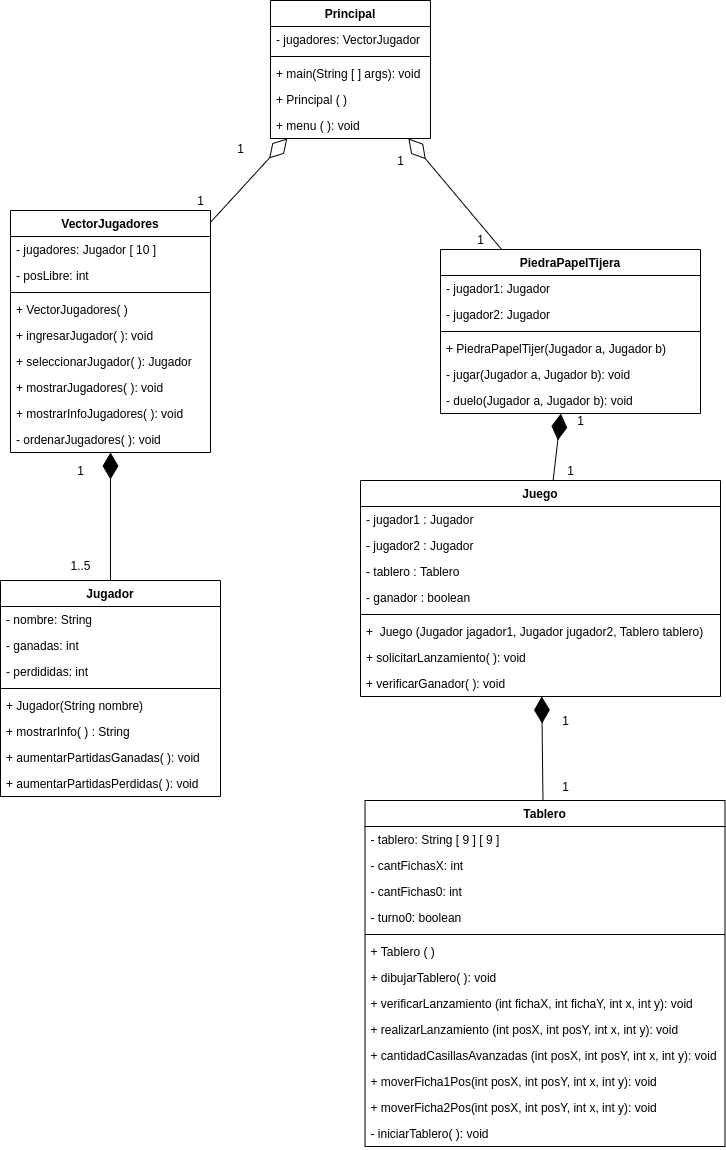
Before: Damas.png, a diagram exported from draw.io (Pabloluis10/Damas). Source tidied: cells renumbered, new cells last; positions are measured from the earlier drawing's top-left corner, leaving out a move shared by most shapes.
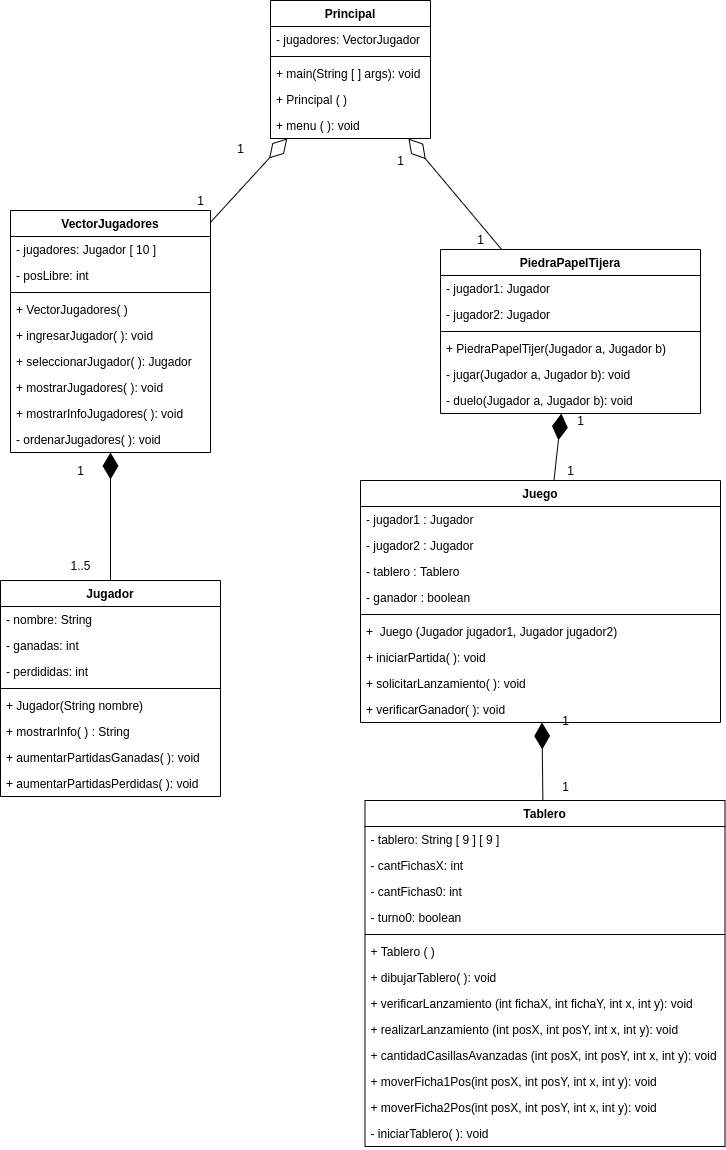
Above is the later version.

Commit message:
Agregue solicitarLanzamiento() esta incompelto aun me quede en ingresar la posicion de la celda deseada

The edit, as a diff of the source:
```diff
@@ -72,7 +72,7 @@
       <mxGeometry y="320" width="360" height="26" as="geometry" />
     </mxCell>
     <mxCell id="25" value="Juego" style="swimlane;fontStyle=1;align=center;verticalAlign=top;horizontal=1;startSize=26;" parent="1" vertex="1">
-      <mxGeometry x="360" y="480" width="360" height="216" as="geometry" />
+      <mxGeometry x="360" y="480" width="360" height="242" as="geometry" />
     </mxCell>
     <mxCell id="26" value="- jugador1 : Jugador" style="text;strokeColor=none;fillColor=none;align=left;verticalAlign=top;spacingLeft=4;spacingRight=4;overflow=hidden;" parent="25" vertex="1">
       <mxGeometry y="26" width="360" height="26" as="geometry" />
@@ -89,14 +89,17 @@
     <mxCell id="30" style="line;strokeWidth=1;fillColor=none;align=left;verticalAlign=middle;spacingTop=-1;spacingLeft=3;spacingRight=3;labelPosition=right;" parent="25" vertex="1">
       <mxGeometry y="130" width="360" height="8" as="geometry" />
     </mxCell>
-    <mxCell id="31" value="+  Juego (Jugador jagador1, Jugador jugador2, Tablero tablero)" style="text;strokeColor=none;fillColor=none;align=left;verticalAlign=top;spacingLeft=4;spacingRight=4;overflow=hidden;" parent="25" vertex="1">
+    <mxCell id="31" value="+  Juego (Jugador jugador1, Jugador jugador2)" style="text;strokeColor=none;fillColor=none;align=left;verticalAlign=top;spacingLeft=4;spacingRight=4;overflow=hidden;" parent="25" vertex="1">
       <mxGeometry y="138" width="360" height="26" as="geometry" />
     </mxCell>
+    <mxCell id="72" value="+ iniciarPartida( ): void&#10;" style="text;strokeColor=none;fillColor=none;align=left;verticalAlign=top;spacingLeft=4;spacingRight=4;overflow=hidden;" parent="25" vertex="1">
+      <mxGeometry y="164" width="360" height="26" as="geometry" />
+    </mxCell>
     <mxCell id="32" value="+ solicitarLanzamiento( ): void&#10;" style="text;strokeColor=none;fillColor=none;align=left;verticalAlign=top;spacingLeft=4;spacingRight=4;overflow=hidden;" parent="25" vertex="1">
-      <mxGeometry y="164" width="360" height="26" as="geometry" />
+      <mxGeometry y="190" width="360" height="26" as="geometry" />
     </mxCell>
     <mxCell id="33" value="+ verificarGanador( ): void&#10;" style="text;strokeColor=none;fillColor=none;align=left;verticalAlign=top;spacingLeft=4;spacingRight=4;overflow=hidden;" parent="25" vertex="1">
-      <mxGeometry y="190" width="360" height="26" as="geometry" />
+      <mxGeometry y="216" width="360" height="26" as="geometry" />
     </mxCell>
     <mxCell id="34" value="VectorJugadores" style="swimlane;fontStyle=1;align=center;verticalAlign=top;horizontal=1;startSize=26;" parent="1" vertex="1">
       <mxGeometry x="10" y="210" width="200" height="242" as="geometry" />
```
